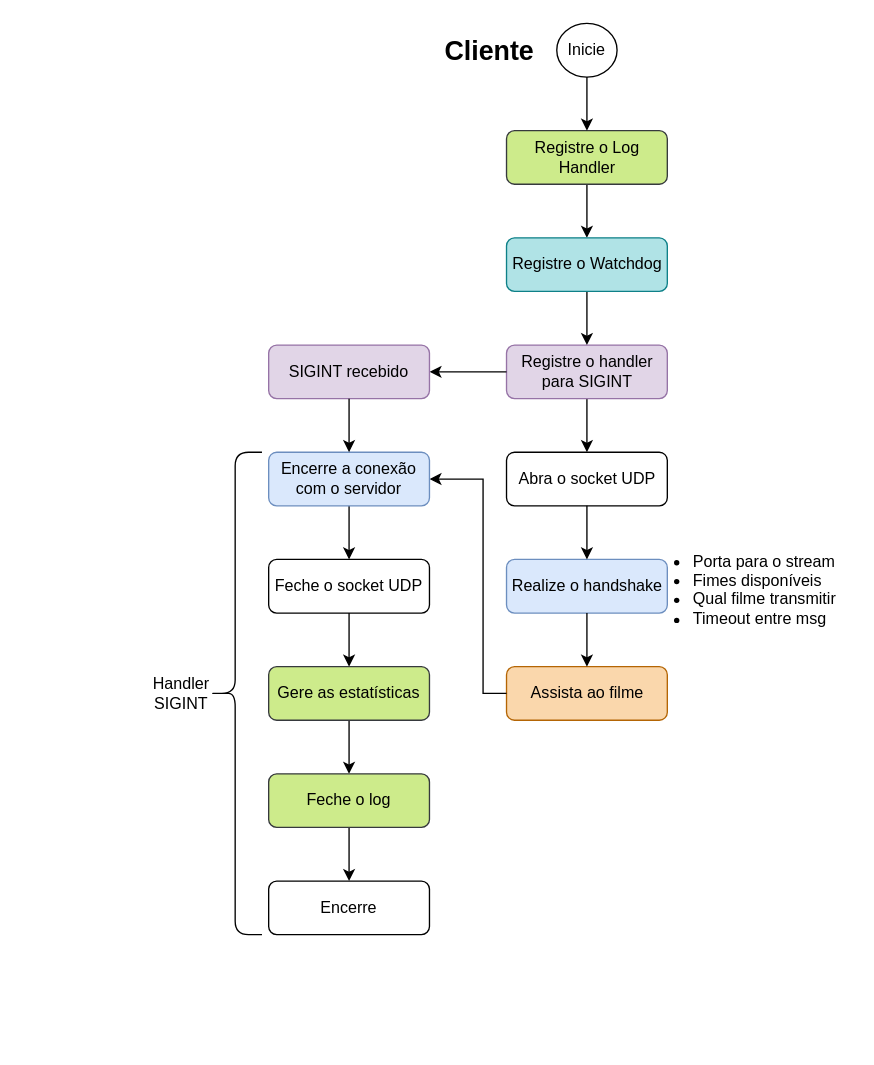
The draw.io diagram page "Cliente" (2 of 6) of SRT.drawio in nico-ig/UDP-Video-Streaming, before the edit. Source tidied: cells renumbered, new cells numbered last; positions are measured from the earlier drawing's top-left corner, leaving out a move shared by most shapes. Both pictures are drawn from the tidied source at 134%, with x=0, y=0 at pixel (141, 23).
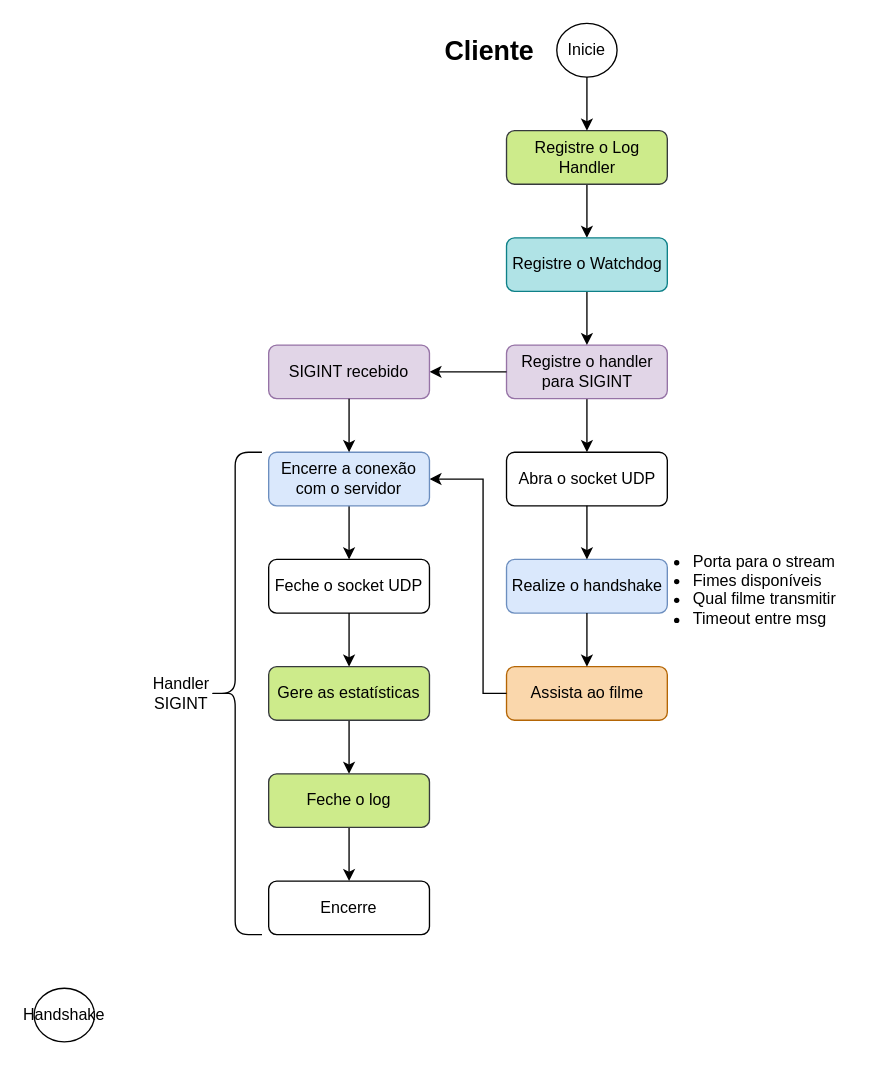
The same page after the edit.

Commit message (it also covers changes not shown here):
Added server handshake

The edit, as a diff of the source:
```diff
@@
+    <mxCell id="32" value="Handshake" style="ellipse;whiteSpace=wrap;html=1;" parent="1" vertex="1">
+      <mxGeometry x="-80" y="720" width="45" height="40" as="geometry" />
+    </mxCell>
```
